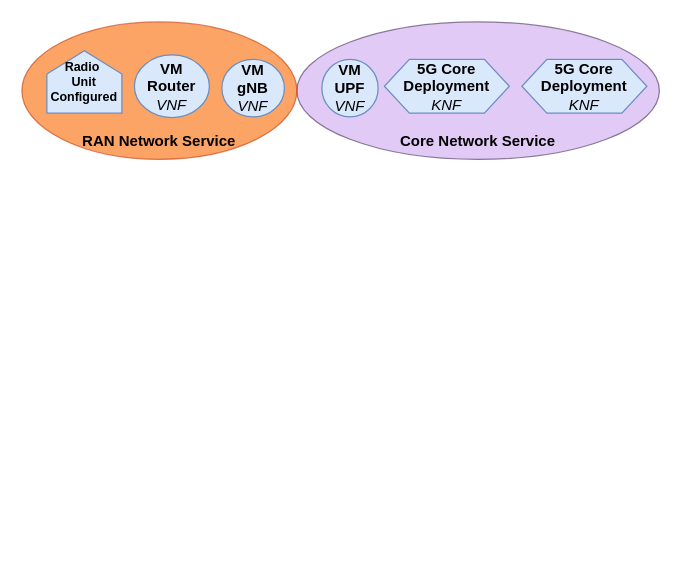
s2n-cnit/nfvcl-ng keeps this draw.io diagram as page "NS-NE-relationship" (14 of 15) of docs/diagrams/NVFCL-diagrams.drawio. Above is the earlier version. Source tidied: cells renumbered, new cells numbered last; positions are measured from the earlier drawing's top-left corner, leaving out a move shared by most shapes. Both pictures are drawn from the tidied source at 125%, with x=0, y=0 at pixel (21, 21).
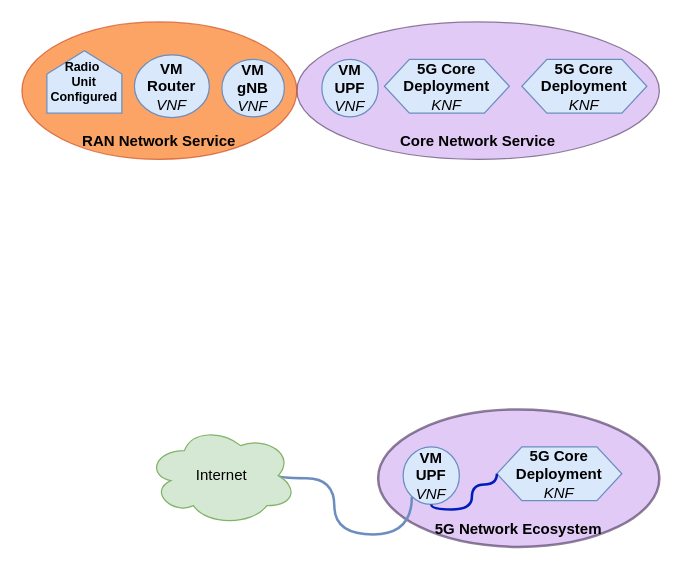
The same diagram, later.

The edit, as a diff of the source:
```diff
@@
+    <mxCell id="10" value="5G Network Ecosystem" style="ellipse;whiteSpace=wrap;html=1;fillColor=#CDA7F0;strokeColor=#432D57;fontColor=#000000;opacity=60;verticalAlign=bottom;fontStyle=1;spacingBottom=5;strokeWidth=2;" parent="1" vertex="1">
+      <mxGeometry x="285" y="310" width="225" height="110" as="geometry" />
+    </mxCell>
+    <mxCell id="11" value="VM&lt;div&gt;UPF&lt;/div&gt;&lt;div&gt;&lt;i style=&quot;font-weight: normal;&quot;&gt;VNF&lt;/i&gt;&lt;br&gt;&lt;/div&gt;" style="ellipse;whiteSpace=wrap;html=1;fillColor=#dae8fc;strokeColor=#6c8ebf;fontStyle=1;" parent="1" vertex="1">
+      <mxGeometry x="305" y="340" width="45" height="46" as="geometry" />
+    </mxCell>
+    <mxCell id="12" value="&lt;div&gt;5G Core&lt;/div&gt;&lt;div&gt;Deployment&lt;/div&gt;&lt;div&gt;&lt;i style=&quot;font-weight: normal;&quot;&gt;KNF&lt;/i&gt;&lt;br&gt;&lt;/div&gt;" style="shape=hexagon;perimeter=hexagonPerimeter2;whiteSpace=wrap;html=1;fixedSize=1;fillColor=#dae8fc;strokeColor=#6c8ebf;fontStyle=1;" parent="1" vertex="1">
+      <mxGeometry x="380" y="340" width="100" height="43" as="geometry" />
+    </mxCell>
+    <mxCell id="13" style="edgeStyle=orthogonalEdgeStyle;rounded=0;jettySize=auto;html=1;exitX=0.875;exitY=0.5;exitDx=0;exitDy=0;exitPerimeter=0;endArrow=none;startFill=0;curved=1;strokeWidth=2;fillColor=#dae8fc;strokeColor=#6c8ebf;" parent="1" edge="1" source="14">
+      <mxGeometry relative="1" as="geometry">
+        <mxPoint x="312" y="380" as="targetPoint" />
+        <Array as="points">
+          <mxPoint x="250" y="365" />
+          <mxPoint x="250" y="410" />
+          <mxPoint x="312" y="410" />
+        </Array>
+      </mxGeometry>
+    </mxCell>
+    <mxCell id="14" value="Internet" style="ellipse;shape=cloud;whiteSpace=wrap;html=1;fillColor=#d5e8d4;strokeColor=#82b366;" parent="1" vertex="1">
+      <mxGeometry x="100" y="323" width="120" height="80" as="geometry" />
+    </mxCell>
+    <mxCell id="15" style="edgeStyle=orthogonalEdgeStyle;rounded=0;jettySize=auto;html=1;exitX=0.5;exitY=1;exitDx=0;exitDy=0;entryX=0;entryY=0.5;entryDx=0;entryDy=0;curved=1;endArrow=none;startFill=0;strokeWidth=2;fillColor=#0050ef;strokeColor=#001DBC;" parent="1" edge="1" source="11" target="12">
+      <mxGeometry relative="1" as="geometry">
+        <Array as="points">
+          <mxPoint x="328" y="390" />
+          <mxPoint x="360" y="390" />
+          <mxPoint x="360" y="370" />
+          <mxPoint x="380" y="370" />
+        </Array>
+      </mxGeometry>
+    </mxCell>
```
